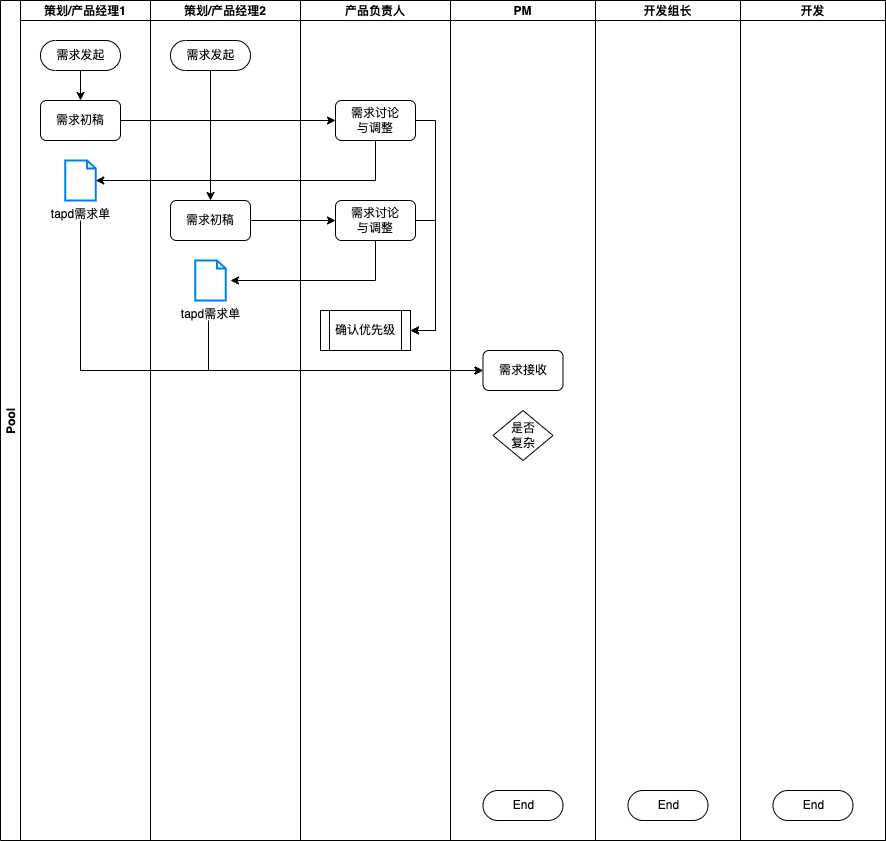
Earlier version of the draw.io export Untitled Diagram.drawio.png (derek964/the-economist-ebooks). Source tidied: cells renumbered, new cells last; positions are measured from the earlier drawing's top-left corner, leaving out a move shared by most shapes.
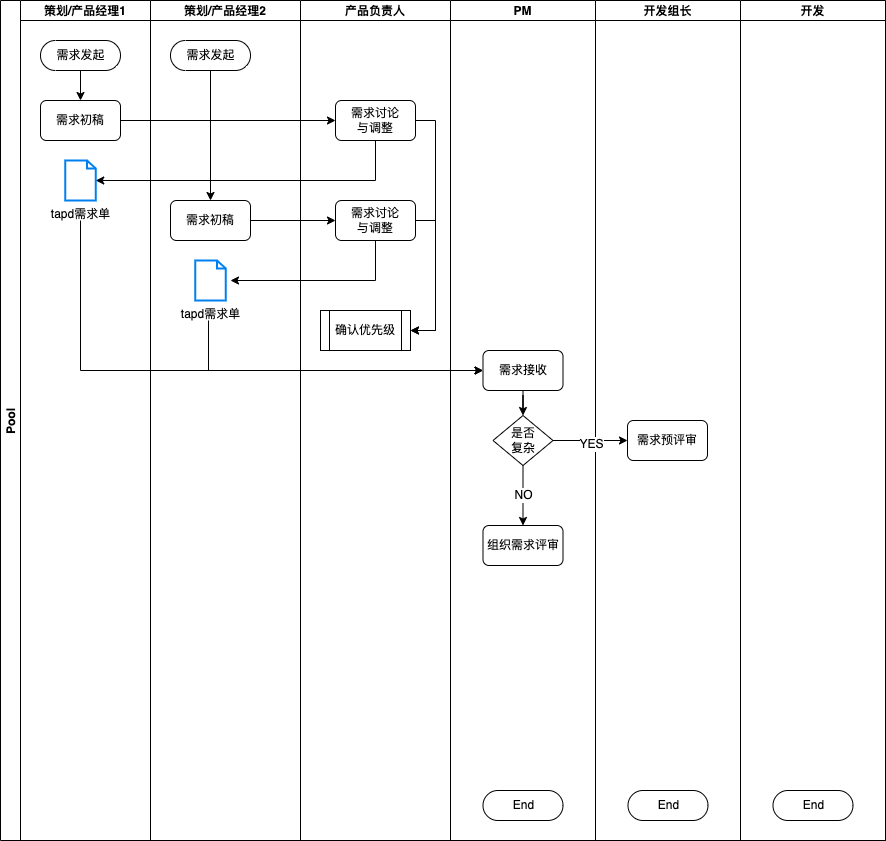
The same diagram one commit later.

Diff of the diagram source:
```diff
@@ -67,18 +67,30 @@
     <mxCell id="21" value="End" style="html=1;dashed=0;whitespace=wrap;shape=mxgraph.dfd.start;" parent="20" vertex="1">
       <mxGeometry x="32.5" y="790" width="80" height="30" as="geometry" />
     </mxCell>
+    <mxCell id="33" style="edgeStyle=orthogonalEdgeStyle;rounded=0;jettySize=auto;html=1;" parent="20" edge="1" source="22" target="23">
+      <mxGeometry relative="1" as="geometry" />
+    </mxCell>
     <mxCell id="22" value="需求接收" style="rounded=1;whiteSpace=wrap;html=1;" parent="20" vertex="1">
       <mxGeometry x="32.5" y="350" width="80" height="40" as="geometry" />
     </mxCell>
+    <mxCell id="34" value="NO" style="edgeStyle=orthogonalEdgeStyle;rounded=0;jettySize=auto;html=1;" parent="20" edge="1" source="23" target="35">
+      <mxGeometry relative="1" as="geometry" />
+    </mxCell>
     <mxCell id="23" value="是否&lt;br&gt;复杂" style="rhombus;whiteSpace=wrap;html=1;fillColor=#FFFFFF;" parent="20" vertex="1">
-      <mxGeometry x="42.5" y="410" width="60" height="50" as="geometry" />
+      <mxGeometry x="42.5" y="415" width="60" height="50" as="geometry" />
     </mxCell>
+    <mxCell id="35" value="组织需求评审" style="rounded=1;whiteSpace=wrap;html=1;" parent="20" vertex="1">
+      <mxGeometry x="32.5" y="525" width="80" height="40" as="geometry" />
+    </mxCell>
     <mxCell id="24" value="开发组长" style="swimlane;startSize=20;" parent="2" vertex="1">
       <mxGeometry x="595" width="145" height="840" as="geometry" />
     </mxCell>
     <mxCell id="25" value="End" style="html=1;dashed=0;whitespace=wrap;shape=mxgraph.dfd.start;" parent="24" vertex="1">
       <mxGeometry x="32.5" y="790" width="80" height="30" as="geometry" />
     </mxCell>
+    <mxCell id="36" value="需求预评审" style="rounded=1;whiteSpace=wrap;html=1;" parent="24" vertex="1">
+      <mxGeometry x="32" y="420" width="80" height="40" as="geometry" />
+    </mxCell>
     <mxCell id="26" value="开发" style="swimlane;startSize=20;" parent="2" vertex="1">
       <mxGeometry x="740" width="145" height="840" as="geometry" />
     </mxCell>
@@ -119,5 +131,13 @@
         </Array>
       </mxGeometry>
     </mxCell>
+    <mxCell id="37" style="edgeStyle=orthogonalEdgeStyle;rounded=0;jettySize=auto;html=1;" parent="2" edge="1" source="23" target="36">
+      <mxGeometry relative="1" as="geometry" />
+    </mxCell>
+    <mxCell id="38" value="YES" style="edgeLabel;html=1;align=center;verticalAlign=middle;" parent="37" vertex="1">
+      <mxGeometry x="0.01" y="-2" relative="1" as="geometry">
+        <mxPoint x="1" y="1" as="offset" />
+      </mxGeometry>
+    </mxCell>
   </root>
 </mxGraphModel>
```
